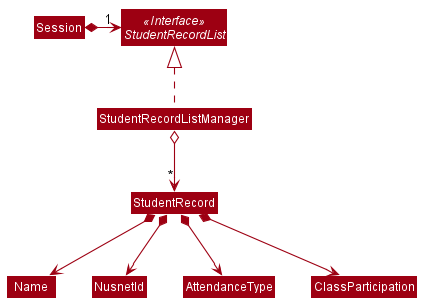
This is docs/images/StudentRecordDiagram.png from nus-cs2103-AY2021S1/tp, a PlantUML export, as it was before one commit. The source it was exported from:
```plantuml
@startuml








skinparam BackgroundColor #FFFFFFF

skinparam Shadowing false

skinparam Class {
    FontColor #FFFFFF
    BorderThickness 1
    BorderColor #FFFFFF
    StereotypeFontColor #FFFFFF
    FontName Arial
}

skinparam Actor {
    BorderColor #000000
    Color #000000
    FontName Arial
}

skinparam Sequence {
    MessageAlign center
    BoxFontSize 15
    BoxPadding 0
    BoxFontColor #FFFFFF
    FontName Arial
}

skinparam Participant {
    FontColor #FFFFFFF
    Padding 20
}

skinparam MinClassWidth 50
skinparam ParticipantPadding 10
skinparam Shadowing false
skinparam DefaultTextAlignment center
skinparam packageStyle Rectangle

hide footbox
hide members
hide circle
skinparam arrowThickness 1.1
skinparam arrowColor #9D0012
skinparam classBackgroundColor #9D0012

Interface StudentRecordList <<Interface>>

Session *-right-> "1" StudentRecordList
StudentRecordListManager .up.|> StudentRecordList
StudentRecordListManager o--> "*" StudentRecord

StudentRecord *--> Name
StudentRecord *--> NusnetId
StudentRecord *--> AttendanceType
StudentRecord *--> ClassParticipation
@enduml
```
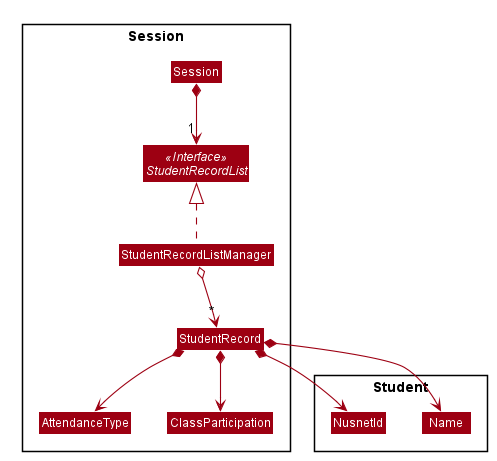
The same file after the commit.

Change to the diagram source:
```diff
@@ -51,9 +51,21 @@
 skinparam arrowColor #9D0012
 skinparam classBackgroundColor #9D0012
 
-Interface StudentRecordList <<Interface>>
+package Session {
+    Class Session
+    Interface StudentRecordList <<Interface>>
+    Class StudentRecordListManager
+    Class StudentRecord
+    Class AttendanceType
+    Class ClassParticipation
+}
 
-Session *-right-> "1" StudentRecordList
+package Student {
+    Class Name
+    Class NusnetId
+}
+
+Session *-down-> "1" StudentRecordList
 StudentRecordListManager .up.|> StudentRecordList
 StudentRecordListManager o--> "*" StudentRecord
 
```
